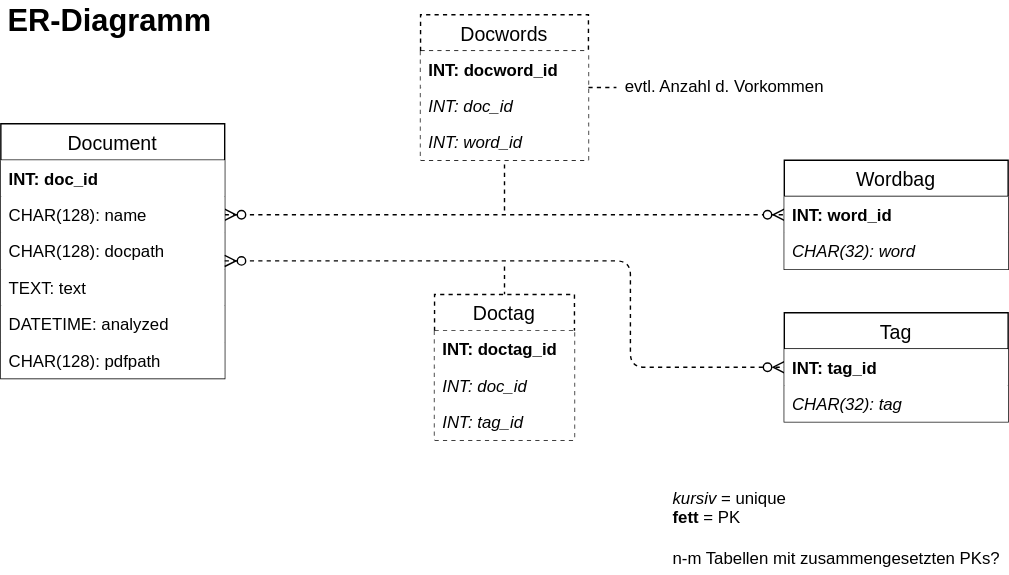
The draw.io diagram docs/Expose/resources/Diagramme/doc-ver_Diagramme-ER-Diagramm.svg in doc-ver/Doku, before a commit. Source tidied: cells renumbered, new cells last; positions are measured from the earlier drawing's top-left corner, leaving out a move shared by most shapes.
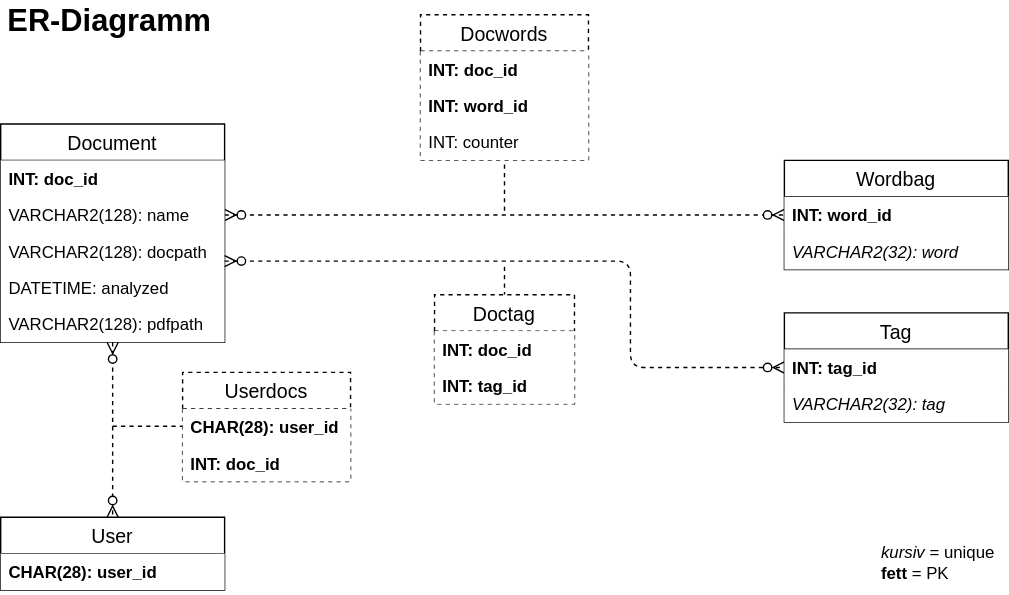
After the change.

Commit message:
ER-Diagramm ueberarbeitet

Diff of the diagram source:
```diff
@@ -2,101 +2,117 @@
   <root>
     <mxCell id="0" />
     <mxCell id="1" parent="0" />
-    <mxCell id="2" style="edgeStyle=entityRelationEdgeStyle;fontSize=12;html=1;endArrow=ERzeroToMany;endFill=1;startArrow=ERzeroToMany;exitX=1;exitY=0.5;exitDx=0;exitDy=0;entryX=0;entryY=0.5;entryDx=0;entryDy=0;dashed=1;" parent="1" edge="1" source="6" target="12">
+    <mxCell id="2" style="edgeStyle=entityRelationEdgeStyle;fontSize=12;html=1;endArrow=ERzeroToMany;endFill=1;startArrow=ERzeroToMany;exitX=1;exitY=0.5;exitDx=0;exitDy=0;entryX=0;entryY=0.5;entryDx=0;entryDy=0;dashed=1;" parent="1" edge="1" source="6" target="11">
       <mxGeometry relative="1" as="geometry" />
     </mxCell>
-    <mxCell id="3" style="endArrow=none;dashed=1;html=1;entryX=0.5;entryY=1;entryDx=0;entryDy=0;" parent="1" edge="1" target="14">
+    <mxCell id="3" style="endArrow=none;dashed=1;html=1;entryX=0.5;entryY=1;entryDx=0;entryDy=0;" parent="1" edge="1" target="13">
       <mxGeometry relative="1" as="geometry">
         <mxPoint x="360" y="150" as="sourcePoint" />
       </mxGeometry>
     </mxCell>
     <mxCell id="4" value="Document" style="swimlane;fontStyle=0;horizontal=1;startSize=26;align=center;fontSize=14;swimlaneLine=1;glass=0;" parent="1" vertex="1">
-      <mxGeometry y="88" width="160" height="182" as="geometry" />
+      <mxGeometry y="88" width="160" height="156" as="geometry" />
     </mxCell>
     <mxCell id="5" value="INT: doc_id" style="text;spacingLeft=4;spacingRight=4;overflow=hidden;fontSize=12;fontStyle=1;fillColor=#ffffff;" parent="4" vertex="1">
       <mxGeometry y="26" width="160" height="26" as="geometry" />
     </mxCell>
-    <mxCell id="6" value="CHAR(128): name" style="text;strokeColor=none;fillColor=#ffffff;spacingLeft=4;spacingRight=4;overflow=hidden;points=[[0,0.5],[1,0.5]];portConstraint=eastwest;fontSize=12;" parent="4" vertex="1">
+    <mxCell id="6" value="VARCHAR2(128): name" style="text;strokeColor=none;fillColor=#ffffff;spacingLeft=4;spacingRight=4;overflow=hidden;points=[[0,0.5],[1,0.5]];portConstraint=eastwest;fontSize=12;" parent="4" vertex="1">
       <mxGeometry y="52" width="160" height="26" as="geometry" />
     </mxCell>
-    <mxCell id="7" value="CHAR(128): docpath" style="text;strokeColor=none;fillColor=#ffffff;spacingLeft=4;spacingRight=4;overflow=hidden;points=[[0,0.5],[1,0.5]];portConstraint=eastwest;fontSize=12;" parent="4" vertex="1">
+    <mxCell id="7" value="VARCHAR2(128): docpath" style="text;strokeColor=none;fillColor=#ffffff;spacingLeft=4;spacingRight=4;overflow=hidden;points=[[0,0.5],[1,0.5]];portConstraint=eastwest;fontSize=12;" parent="4" vertex="1">
       <mxGeometry y="78" width="160" height="26" as="geometry" />
     </mxCell>
-    <mxCell id="8" value="TEXT: text" style="text;strokeColor=none;fillColor=#ffffff;spacingLeft=4;spacingRight=4;overflow=hidden;fontSize=12;" parent="4" vertex="1">
+    <mxCell id="8" value="DATETIME: analyzed" style="text;strokeColor=none;fillColor=#ffffff;spacingLeft=4;spacingRight=4;overflow=hidden;fontSize=12;" parent="4" vertex="1">
       <mxGeometry y="104" width="160" height="26" as="geometry" />
     </mxCell>
-    <mxCell id="9" value="DATETIME: analyzed" style="text;strokeColor=none;fillColor=#ffffff;spacingLeft=4;spacingRight=4;overflow=hidden;fontSize=12;" parent="4" vertex="1">
+    <mxCell id="9" value="VARCHAR2(128): pdfpath" style="text;strokeColor=none;fillColor=#ffffff;spacingLeft=4;spacingRight=4;overflow=hidden;fontSize=12;" parent="4" vertex="1">
       <mxGeometry y="130" width="160" height="26" as="geometry" />
     </mxCell>
-    <mxCell id="10" value="CHAR(128): pdfpath" style="text;strokeColor=none;fillColor=#ffffff;spacingLeft=4;spacingRight=4;overflow=hidden;fontSize=12;" parent="4" vertex="1">
-      <mxGeometry y="156" width="160" height="26" as="geometry" />
+    <mxCell id="10" value="Wordbag" style="swimlane;fontStyle=0;horizontal=1;startSize=26;align=center;fontSize=14;swimlaneLine=1;glass=0;" parent="1" vertex="1">
+      <mxGeometry x="560" y="114" width="160" height="78" as="geometry" />
     </mxCell>
-    <mxCell id="11" value="Wordbag" style="swimlane;fontStyle=0;horizontal=1;startSize=26;align=center;fontSize=14;swimlaneLine=1;glass=0;" parent="1" vertex="1">
-      <mxGeometry x="560" y="114" width="160" height="78" as="geometry" />
+    <mxCell id="11" value="INT: word_id" style="text;spacingLeft=4;spacingRight=4;overflow=hidden;points=[[0,0.5],[1,0.5]];portConstraint=eastwest;fontSize=12;fontStyle=1;fillColor=#ffffff;" parent="10" vertex="1">
+      <mxGeometry y="26" width="160" height="26" as="geometry" />
     </mxCell>
-    <mxCell id="12" value="INT: word_id" style="text;spacingLeft=4;spacingRight=4;overflow=hidden;points=[[0,0.5],[1,0.5]];portConstraint=eastwest;fontSize=12;fontStyle=1;fillColor=#ffffff;" parent="11" vertex="1">
-      <mxGeometry y="26" width="160" height="26" as="geometry" />
+    <mxCell id="12" value="VARCHAR2(32): word" style="text;strokeColor=none;fillColor=#ffffff;spacingLeft=4;spacingRight=4;overflow=hidden;points=[[0,0.5],[1,0.5]];portConstraint=eastwest;fontSize=12;fontStyle=2;" parent="10" vertex="1">
+      <mxGeometry y="52" width="160" height="26" as="geometry" />
     </mxCell>
-    <mxCell id="13" value="CHAR(32): word" style="text;strokeColor=none;fillColor=#ffffff;spacingLeft=4;spacingRight=4;overflow=hidden;points=[[0,0.5],[1,0.5]];portConstraint=eastwest;fontSize=12;fontStyle=2;" parent="11" vertex="1">
-      <mxGeometry y="52" width="160" height="26" as="geometry" />
+    <mxCell id="13" value="Docwords" style="swimlane;fontStyle=0;horizontal=1;startSize=26;align=center;fontSize=14;swimlaneLine=1;glass=0;dashed=1;" parent="1" vertex="1">
+      <mxGeometry x="300" y="10" width="120" height="104" as="geometry" />
     </mxCell>
-    <mxCell id="14" value="Docwords" style="swimlane;fontStyle=0;horizontal=1;startSize=26;align=center;fontSize=14;swimlaneLine=1;glass=0;dashed=1;" parent="1" vertex="1">
-      <mxGeometry x="300" y="10" width="120" height="104" as="geometry" />
+    <mxCell id="14" value="INT: doc_id" style="text;strokeColor=none;fillColor=#ffffff;spacingLeft=4;spacingRight=4;overflow=hidden;points=[[0,0.5],[1,0.5]];portConstraint=eastwest;fontSize=12;fontStyle=1;" parent="13" vertex="1">
+      <mxGeometry y="26" width="120" height="26" as="geometry" />
     </mxCell>
-    <mxCell id="15" value="INT: docword_id" style="text;spacingLeft=4;spacingRight=4;overflow=hidden;fontSize=12;fontStyle=1;fillColor=#ffffff;" parent="14" vertex="1">
-      <mxGeometry y="26" width="120" height="26" as="geometry" />
+    <mxCell id="15" value="INT: word_id" style="text;strokeColor=none;fillColor=#ffffff;spacingLeft=4;spacingRight=4;overflow=hidden;fontSize=12;fontStyle=1;" parent="13" vertex="1">
+      <mxGeometry y="52" width="120" height="26" as="geometry" />
     </mxCell>
-    <mxCell id="16" value="INT: doc_id" style="text;strokeColor=none;fillColor=#ffffff;spacingLeft=4;spacingRight=4;overflow=hidden;fontSize=12;fontStyle=2;" parent="14" vertex="1">
-      <mxGeometry y="52" width="120" height="26" as="geometry" />
+    <mxCell id="16" value="INT: counter" style="text;strokeColor=none;fillColor=#ffffff;spacingLeft=4;spacingRight=4;overflow=hidden;fontSize=12;fontStyle=0;" parent="13" vertex="1">
+      <mxGeometry y="78" width="120" height="26" as="geometry" />
     </mxCell>
-    <mxCell id="17" value="INT: word_id" style="text;strokeColor=none;fillColor=#ffffff;spacingLeft=4;spacingRight=4;overflow=hidden;fontSize=12;fontStyle=2;" parent="14" vertex="1">
-      <mxGeometry y="78" width="120" height="26" as="geometry" />
+    <mxCell id="17" value="ER-Diagramm" style="text;html=1;strokeColor=none;fillColor=none;align=center;verticalAlign=middle;whiteSpace=wrap;rounded=0;fontSize=22;fontStyle=1;" parent="1" vertex="1">
+      <mxGeometry x="3" width="150" height="30" as="geometry" />
     </mxCell>
-    <mxCell id="18" value="ER-Diagramm" style="text;html=1;strokeColor=none;fillColor=none;align=center;verticalAlign=middle;whiteSpace=wrap;rounded=0;fontSize=22;fontStyle=1;" parent="1" vertex="1">
-      <mxGeometry x="3" width="150" height="30" as="geometry" />
+    <mxCell id="18" style="fontSize=12;html=1;endArrow=ERzeroToMany;endFill=1;startArrow=ERzeroToMany;exitX=1;exitY=0.769;exitDx=0;exitDy=0;dashed=1;entryX=0;entryY=0.5;entryDx=0;entryDy=0;exitPerimeter=0;" parent="1" edge="1" source="7" target="24">
+      <mxGeometry relative="1" as="geometry">
+        <Array as="points">
+          <mxPoint x="450" y="186" />
+          <mxPoint x="450" y="262" />
+        </Array>
+      </mxGeometry>
     </mxCell>
-    <mxCell id="19" style="fontSize=12;html=1;endArrow=ERzeroToMany;endFill=1;startArrow=ERzeroToMany;exitX=1;exitY=0.769;exitDx=0;exitDy=0;dashed=1;entryX=0;entryY=0.5;entryDx=0;entryDy=0;exitPerimeter=0;" parent="1" edge="1" source="7" target="26">
+    <mxCell id="19" style="endArrow=none;dashed=1;html=1;entryX=0.5;entryY=0;entryDx=0;entryDy=0;" parent="1" edge="1" target="20">
       <mxGeometry relative="1" as="geometry">
-        <Array as="points">
-          <mxPoint x="450" y="186" />
-          <mxPoint x="450" y="262" />
-        </Array>
+        <mxPoint x="360" y="190" as="sourcePoint" />
       </mxGeometry>
     </mxCell>
-    <mxCell id="20" style="endArrow=none;dashed=1;html=1;entryX=0.5;entryY=0;entryDx=0;entryDy=0;" parent="1" edge="1" target="21">
-      <mxGeometry relative="1" as="geometry">
-        <mxPoint x="360" y="190" as="sourcePoint" />
-      </mxGeometry>
+    <mxCell id="20" value="Doctag" style="swimlane;fontStyle=0;horizontal=1;startSize=26;align=center;fontSize=14;swimlaneLine=1;glass=0;dashed=1;" parent="1" vertex="1">
+      <mxGeometry x="310" y="210" width="100" height="78" as="geometry" />
     </mxCell>
-    <mxCell id="21" value="Doctag" style="swimlane;fontStyle=0;horizontal=1;startSize=26;align=center;fontSize=14;swimlaneLine=1;glass=0;dashed=1;" parent="1" vertex="1">
-      <mxGeometry x="310" y="210" width="100" height="104" as="geometry" />
+    <mxCell id="21" value="INT: doc_id" style="text;strokeColor=none;fillColor=#ffffff;spacingLeft=4;spacingRight=4;overflow=hidden;points=[[0,0.5],[1,0.5]];portConstraint=eastwest;fontSize=12;fontStyle=1;" parent="20" vertex="1">
+      <mxGeometry y="26" width="100" height="26" as="geometry" />
     </mxCell>
-    <mxCell id="22" value="INT: doctag_id" style="text;spacingLeft=4;spacingRight=4;overflow=hidden;fontSize=12;fontStyle=1;fillColor=#ffffff;" parent="21" vertex="1">
-      <mxGeometry y="26" width="100" height="26" as="geometry" />
+    <mxCell id="22" value="INT: tag_id" style="text;strokeColor=none;fillColor=#ffffff;spacingLeft=4;spacingRight=4;overflow=hidden;fontSize=12;fontStyle=1;" parent="20" vertex="1">
+      <mxGeometry y="52" width="100" height="26" as="geometry" />
     </mxCell>
-    <mxCell id="23" value="INT: doc_id" style="text;strokeColor=none;fillColor=#ffffff;spacingLeft=4;spacingRight=4;overflow=hidden;fontSize=12;fontStyle=2;" parent="21" vertex="1">
-      <mxGeometry y="52" width="100" height="26" as="geometry" />
+    <mxCell id="23" value="Tag" style="swimlane;fontStyle=0;horizontal=1;startSize=26;align=center;fontSize=14;swimlaneLine=1;glass=0;" parent="1" vertex="1">
+      <mxGeometry x="560" y="223" width="160" height="78" as="geometry" />
     </mxCell>
-    <mxCell id="24" value="INT: tag_id" style="text;strokeColor=none;fillColor=#ffffff;spacingLeft=4;spacingRight=4;overflow=hidden;points=[[0,0.5],[1,0.5]];portConstraint=eastwest;fontSize=12;fontStyle=2;" parent="21" vertex="1">
-      <mxGeometry y="78" width="100" height="26" as="geometry" />
+    <mxCell id="24" value="INT: tag_id" style="text;spacingLeft=4;spacingRight=4;overflow=hidden;points=[[0,0.5],[1,0.5]];portConstraint=eastwest;fontSize=12;fontStyle=1;fillColor=#ffffff;" parent="23" vertex="1">
+      <mxGeometry y="26" width="160" height="26" as="geometry" />
     </mxCell>
-    <mxCell id="25" value="Tag" style="swimlane;fontStyle=0;horizontal=1;startSize=26;align=center;fontSize=14;swimlaneLine=1;glass=0;" parent="1" vertex="1">
-      <mxGeometry x="560" y="223" width="160" height="78" as="geometry" />
+    <mxCell id="25" value="VARCHAR2(32): tag" style="text;strokeColor=none;fillColor=#ffffff;spacingLeft=4;spacingRight=4;overflow=hidden;fontSize=12;fontStyle=2;" parent="23" vertex="1">
+      <mxGeometry y="52" width="160" height="26" as="geometry" />
     </mxCell>
-    <mxCell id="26" value="INT: tag_id" style="text;spacingLeft=4;spacingRight=4;overflow=hidden;points=[[0,0.5],[1,0.5]];portConstraint=eastwest;fontSize=12;fontStyle=1;fillColor=#ffffff;" parent="25" vertex="1">
-      <mxGeometry y="26" width="160" height="26" as="geometry" />
+    <mxCell id="26" value="&lt;div style=&quot;text-align: left&quot;&gt;&lt;span&gt;&lt;i&gt;kursiv &lt;/i&gt;= unique&lt;/span&gt;&lt;/div&gt;&lt;div style=&quot;text-align: left&quot;&gt;&lt;span&gt;&lt;b&gt;fett &lt;/b&gt;= PK&lt;/span&gt;&lt;/div&gt;" style="text;html=1;strokeColor=none;fillColor=none;align=center;verticalAlign=middle;whiteSpace=wrap;rounded=0;glass=0;dashed=1;" parent="1" vertex="1">
+      <mxGeometry x="625" y="387" width="90" height="30" as="geometry" />
     </mxCell>
-    <mxCell id="27" value="CHAR(32): tag" style="text;strokeColor=none;fillColor=#ffffff;spacingLeft=4;spacingRight=4;overflow=hidden;points=[[0,0.5],[1,0.5]];portConstraint=eastwest;fontSize=12;fontStyle=2;" parent="25" vertex="1">
-      <mxGeometry y="52" width="160" height="26" as="geometry" />
+    <mxCell id="27" value="User" style="swimlane;fontStyle=0;horizontal=1;startSize=26;align=center;fontSize=14;swimlaneLine=1;glass=0;" parent="1" vertex="1">
+      <mxGeometry y="369" width="160" height="52" as="geometry" />
     </mxCell>
-    <mxCell id="28" value="&lt;div style=&quot;text-align: left&quot;&gt;&lt;span&gt;&lt;i&gt;kursiv &lt;/i&gt;= unique&lt;/span&gt;&lt;/div&gt;&lt;div style=&quot;text-align: left&quot;&gt;&lt;span&gt;&lt;b&gt;fett &lt;/b&gt;= PK&lt;/span&gt;&lt;/div&gt;&lt;div style=&quot;text-align: left&quot;&gt;&lt;span&gt;&lt;br&gt;&lt;/span&gt;&lt;/div&gt;&lt;div style=&quot;text-align: left&quot;&gt;&lt;span&gt;n-m Tabellen mit zusammengesetzten PKs?&lt;/span&gt;&lt;/div&gt;" style="text;html=1;strokeColor=none;fillColor=none;align=center;verticalAlign=middle;whiteSpace=wrap;rounded=0;glass=0;dashed=1;" parent="1" vertex="1">
-      <mxGeometry x="475" y="344" width="245" height="66" as="geometry" />
+    <mxCell id="28" value="CHAR(28): user_id" style="text;spacingLeft=4;spacingRight=4;overflow=hidden;fontSize=12;fontStyle=1;fillColor=#ffffff;" parent="27" vertex="1">
+      <mxGeometry y="26" width="160" height="26" as="geometry" />
     </mxCell>
-    <mxCell id="29" value="evtl. Anzahl d. Vorkommen" style="text;html=1;strokeColor=none;fillColor=none;align=center;verticalAlign=middle;whiteSpace=wrap;rounded=0;dashed=1;" parent="1" vertex="1">
-      <mxGeometry x="440" y="52" width="155" height="20" as="geometry" />
+    <mxCell id="29" style="fontSize=12;html=1;endArrow=ERzeroToMany;endFill=1;startArrow=ERzeroToMany;exitX=0.5;exitY=1;exitDx=0;exitDy=0;dashed=1;entryX=0.5;entryY=0;entryDx=0;entryDy=0;" parent="1" edge="1" source="4" target="27">
+      <mxGeometry relative="1" as="geometry">
+        <Array as="points">
+          <mxPoint x="80" y="320" />
+        </Array>
+      </mxGeometry>
     </mxCell>
-    <mxCell id="30" style="endArrow=none;dashed=1;html=1;entryX=0;entryY=0.5;entryDx=0;entryDy=0;exitX=1;exitY=0.5;exitDx=0;exitDy=0;" parent="1" edge="1" source="14" target="29">
-      <mxGeometry relative="1" as="geometry" />
+    <mxCell id="30" style="endArrow=none;dashed=1;html=1;entryX=0;entryY=0.5;entryDx=0;entryDy=0;" parent="1" edge="1">
+      <mxGeometry relative="1" as="geometry">
+        <mxPoint x="80" y="304" as="sourcePoint" />
+        <mxPoint x="160" y="304" as="targetPoint" />
+      </mxGeometry>
     </mxCell>
+    <mxCell id="31" value="Userdocs" style="swimlane;fontStyle=0;horizontal=1;startSize=26;align=center;fontSize=14;swimlaneLine=1;glass=0;dashed=1;" parent="1" vertex="1">
+      <mxGeometry x="130" y="265.5" width="120" height="78" as="geometry" />
+    </mxCell>
+    <mxCell id="32" value="CHAR(28): user_id" style="text;strokeColor=none;fillColor=#ffffff;spacingLeft=4;spacingRight=4;overflow=hidden;fontSize=12;fontStyle=1;" parent="31" vertex="1">
+      <mxGeometry y="26" width="120" height="26" as="geometry" />
+    </mxCell>
+    <mxCell id="33" value="INT: doc_id" style="text;strokeColor=none;fillColor=#ffffff;spacingLeft=4;spacingRight=4;overflow=hidden;fontSize=12;fontStyle=1;" parent="31" vertex="1">
+      <mxGeometry y="52" width="120" height="26" as="geometry" />
+    </mxCell>
   </root>
 </mxGraphModel>
```
